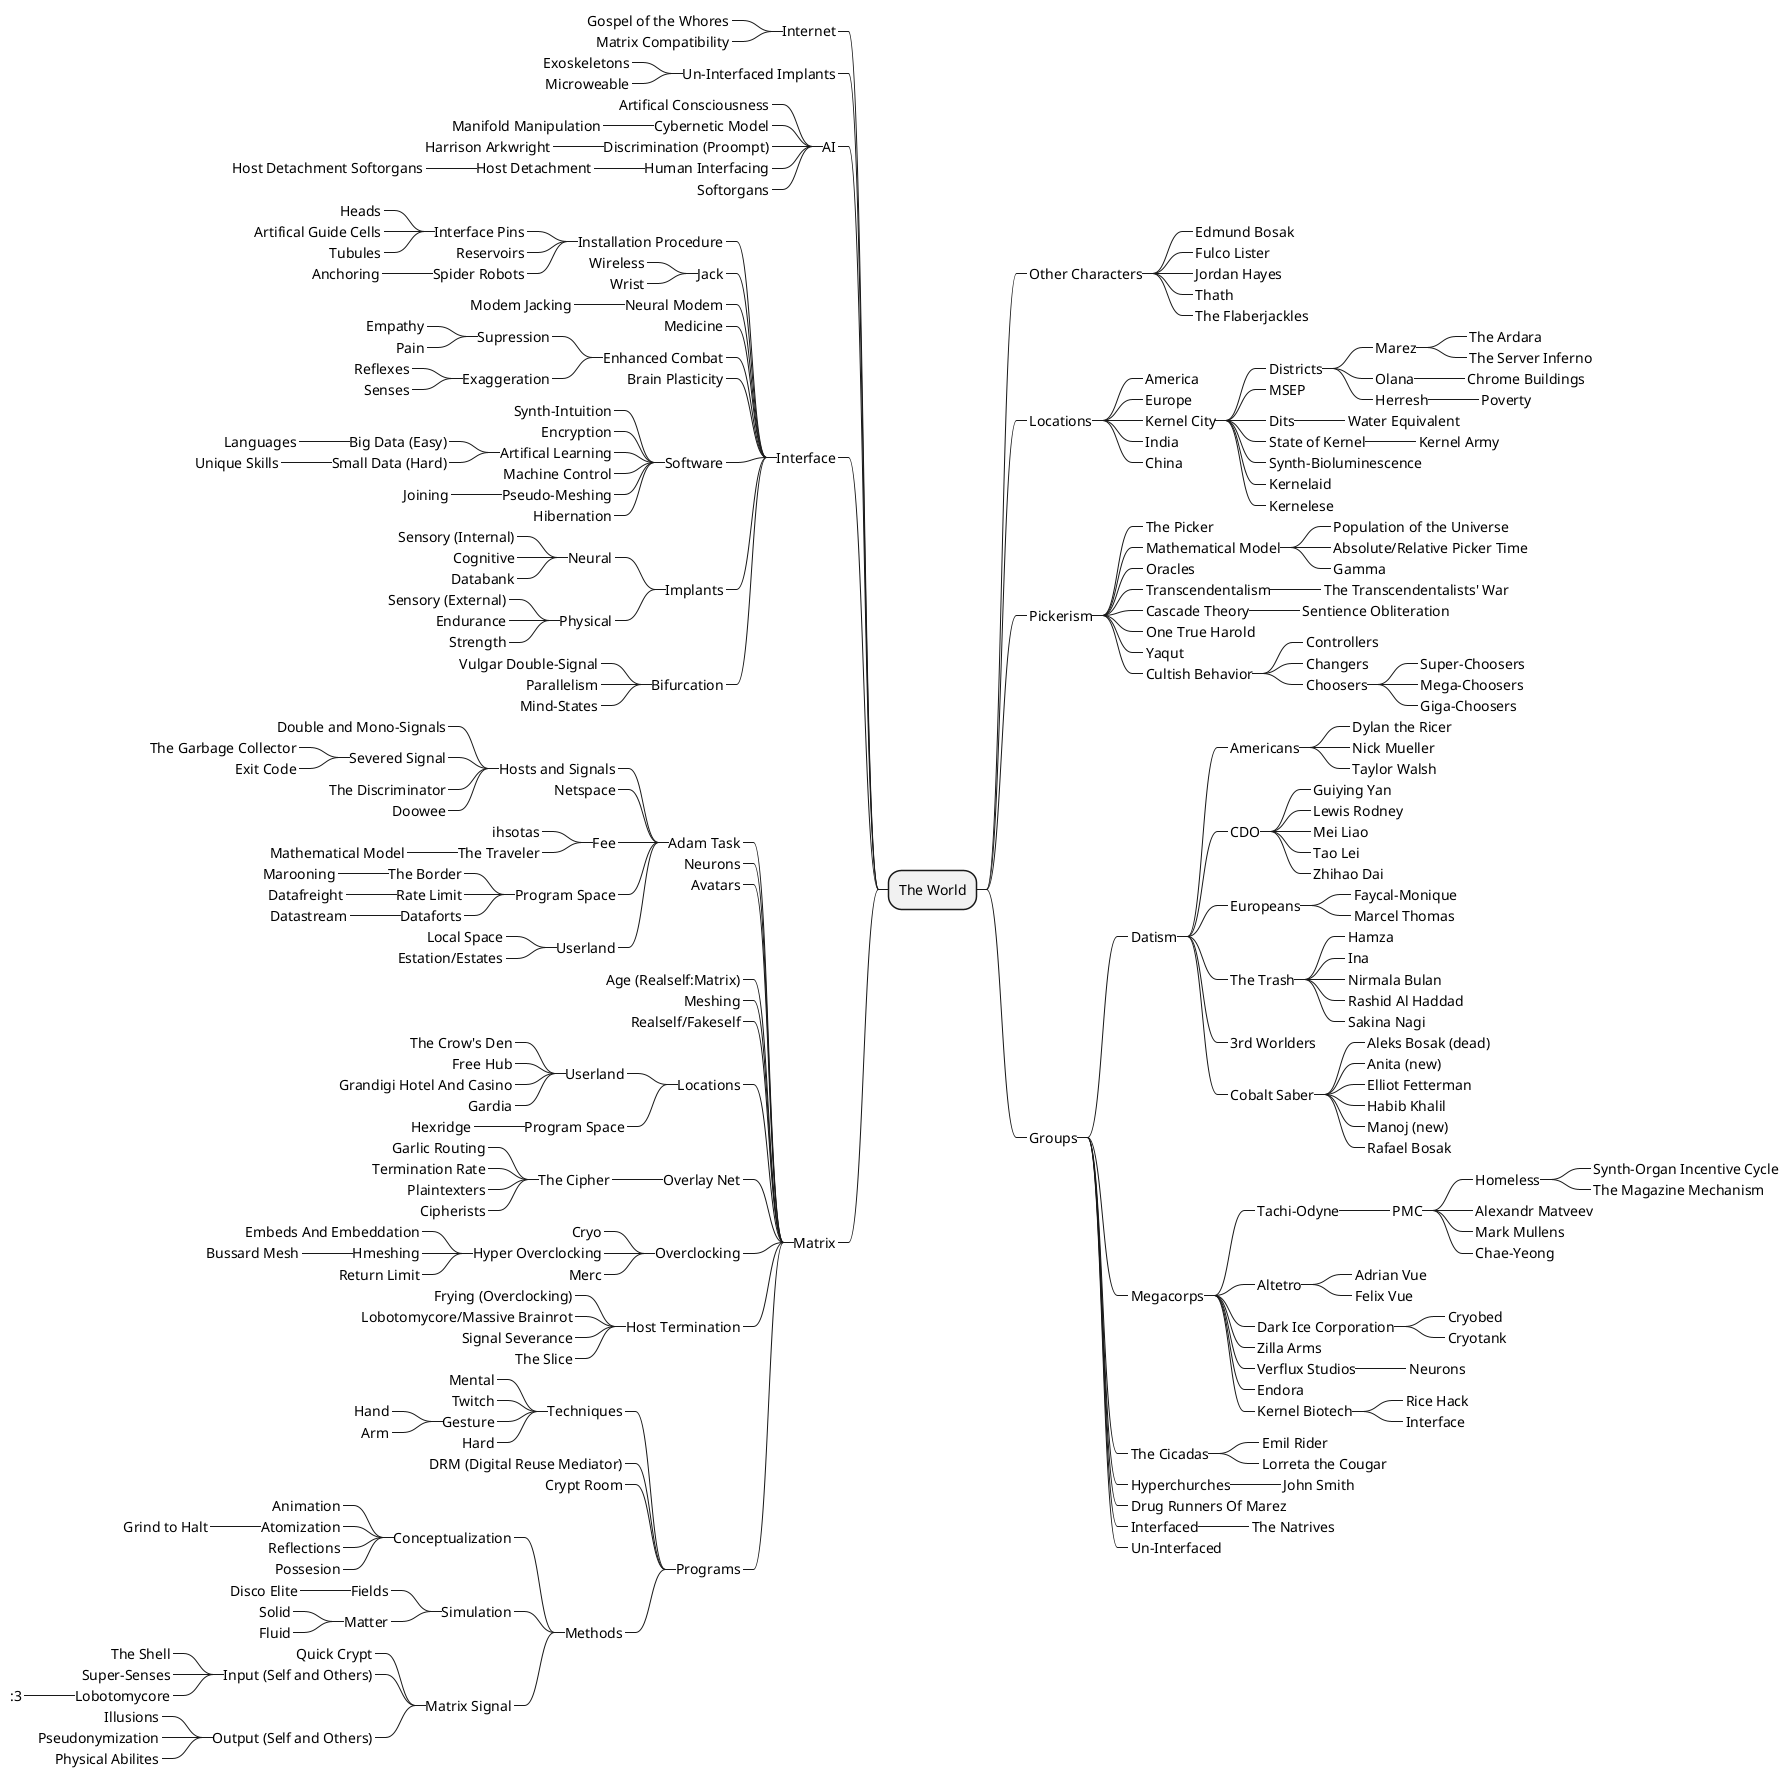
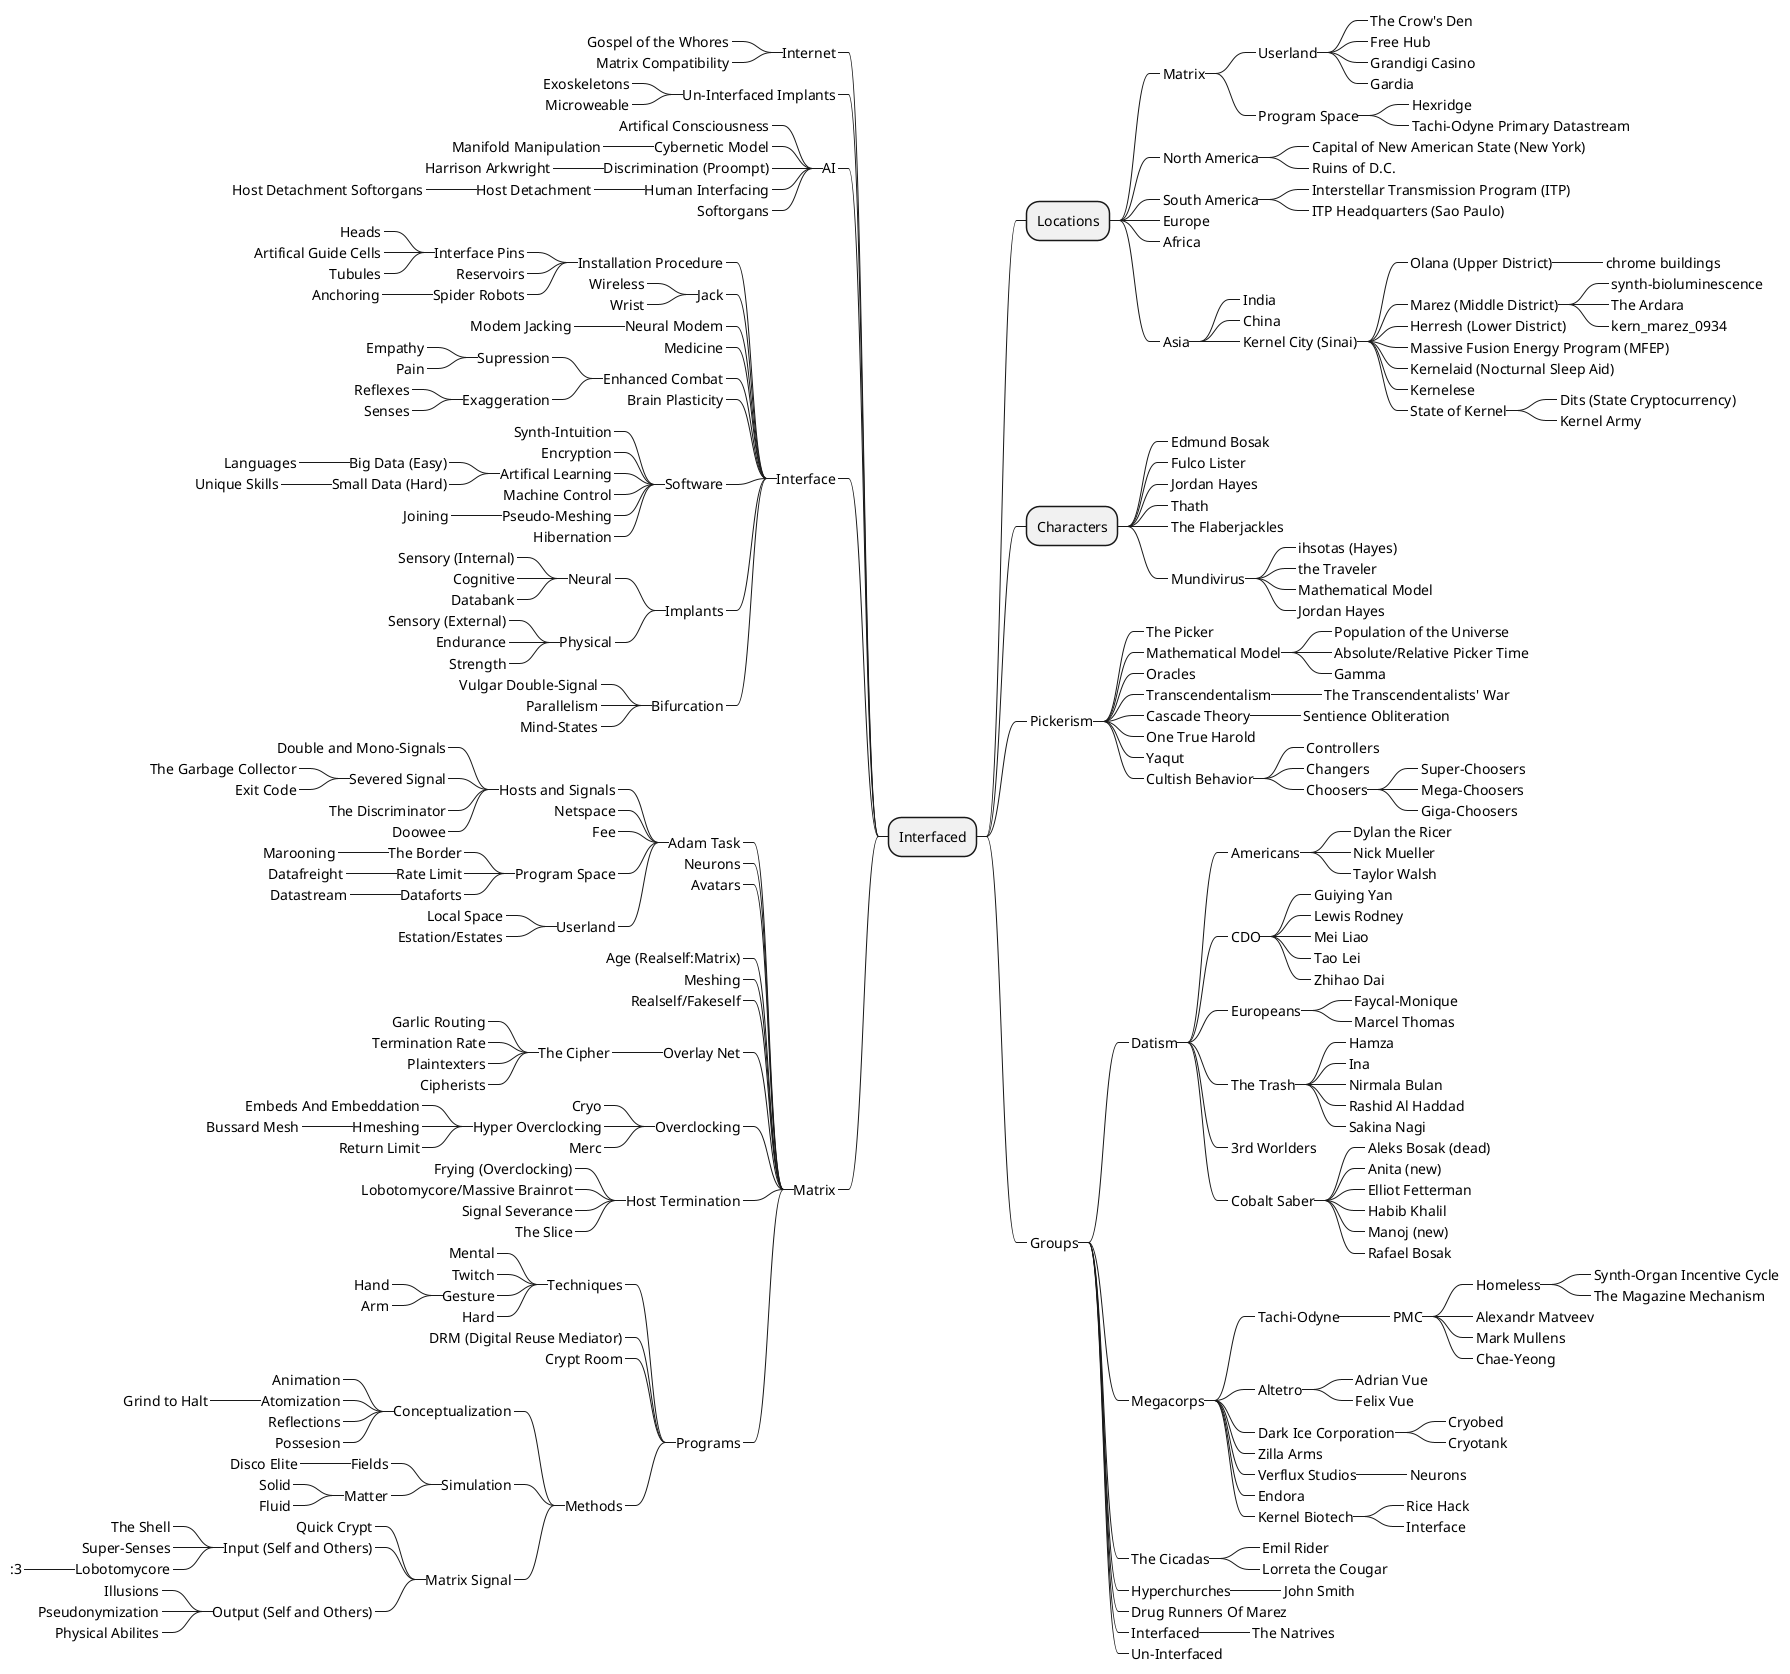
@startuml
@startmindmap Worldbuilding Map
- + The World
- ++_ Other Characters
+ + Interfaced
+ ++ Locations
+ +++_ Matrix
+ ++++_ Userland
+ +++++_ The Crow's Den
+ +++++_ Free Hub
+ +++++_ Grandigi Casino
+ +++++_ Gardia
+ ++++_ Program Space
+ +++++_ Hexridge
+ +++++_ Tachi-Odyne Primary Datastream
+ +++_ North America
+ ++++_ Capital of New American State (New York)
+ ++++_ Ruins of D.C.
+ +++_ South America
+ ++++_ Interstellar Transmission Program (ITP)
+ ++++_ ITP Headquarters (Sao Paulo)
+ +++_ Europe
+ +++_ Africa
+ +++_ Asia
+ ++++_ India
+ ++++_ China
+ ++++_ Kernel City (Sinai)
+ +++++_ Olana (Upper District)
+ ++++++_ chrome buildings
+ +++++_ Marez (Middle District)
+ ++++++_ synth-bioluminescence
+ ++++++_ The Ardara
+ ++++++_ kern_marez_0934
+ +++++_ Herresh (Lower District)
+ +++++_ Massive Fusion Energy Program (MFEP)
+ +++++_ Kernelaid (Nocturnal Sleep Aid)
+ +++++_ Kernelese
+ +++++_ State of Kernel
+ ++++++_ Dits (State Cryptocurrency)
+ ++++++_ Kernel Army
+ ++ Characters
+++_ Edmund Bosak
+++_ Fulco Lister
+++_ Jordan Hayes
+++_ Thath
+++_ The Flaberjackles
- ++_ Locations
- +++_ America
- +++_ Europe
- +++_ Kernel City
- ++++_ Districts
- +++++_ Marez
- ++++++_ The Ardara
- ++++++_ The Server Inferno
- +++++_ Olana
- ++++++_ Chrome Buildings
- +++++_ Herresh
- ++++++_ Poverty
- ++++_ MSEP
- ++++_ Dits
- +++++_ Water Equivalent
- ++++_ State of Kernel
- +++++_ Kernel Army
- ++++_ Synth-Bioluminescence
- ++++_ Kernelaid
- ++++_ Kernelese
- +++_ India
- +++_ China
+ +++_ Mundivirus
+ ++++_ ihsotas (Hayes)
+ ++++_ the Traveler
+ ++++_ Mathematical Model
+ ++++_ Jordan Hayes
++_ Pickerism
+++_ The Picker
+++_ Mathematical Model
++++_ Population of the Universe
++++_ Absolute/Relative Picker Time
++++_ Gamma
+++_ Oracles
+++_ Transcendentalism
++++_ The Transcendentalists' War
+++_ Cascade Theory
++++_ Sentience Obliteration
+++_ One True Harold
+++_ Yaqut
+++_ Cultish Behavior
++++_ Controllers
++++_ Changers
++++_ Choosers
+++++_ Super-Choosers
+++++_ Mega-Choosers
+++++_ Giga-Choosers
++_ Groups
+++_ Datism
++++_ Americans
+++++_ Dylan the Ricer
+++++_ Nick Mueller
+++++_ Taylor Walsh
++++_ CDO
+++++_ Guiying Yan
+++++_ Lewis Rodney
+++++_ Mei Liao
+++++_ Tao Lei
+++++_ Zhihao Dai
++++_ Europeans
+++++_ Faycal-Monique
+++++_ Marcel Thomas
++++_ The Trash
+++++_ Hamza
+++++_ Ina
+++++_ Nirmala Bulan
+++++_ Rashid Al Haddad
+++++_ Sakina Nagi
++++_ 3rd Worlders
++++_ Cobalt Saber
+++++_ Aleks Bosak (dead)
+++++_ Anita (new)
+++++_ Elliot Fetterman
+++++_ Habib Khalil
+++++_ Manoj (new)
+++++_ Rafael Bosak
+++_ Megacorps
++++_ Tachi-Odyne
+++++_ PMC
++++++_ Homeless
+++++++_ Synth-Organ Incentive Cycle
+++++++_ The Magazine Mechanism
++++++_ Alexandr Matveev
++++++_ Mark Mullens
++++++_ Chae-Yeong
++++_ Altetro
+++++_ Adrian Vue
+++++_ Felix Vue
++++_ Dark Ice Corporation
+++++_ Cryobed
+++++_ Cryotank
++++_ Zilla Arms
++++_ Verflux Studios
+++++_ Neurons
++++_ Endora
++++_ Kernel Biotech
+++++_ Rice Hack
+++++_ Interface
+++_ The Cicadas
++++_ Emil Rider
++++_ Lorreta the Cougar
+++_ Hyperchurches
++++_ John Smith
+++_ Drug Runners Of Marez
+++_ Interfaced
++++_ The Natrives
+++_ Un-Interfaced
--_ Internet
---_ Gospel of the Whores
---_ Matrix Compatibility
--_ Un-Interfaced Implants
---_ Exoskeletons
---_ Microweable
--_ AI
---_ Artifical Consciousness
---_ Cybernetic Model
----_ Manifold Manipulation
---_ Discrimination (Proompt)
----_ Harrison Arkwright
---_ Human Interfacing
----_ Host Detachment
-----_ Host Detachment Softorgans
---_ Softorgans
--_ Interface
---_ Installation Procedure
----_ Interface Pins
-----_ Heads
-----_ Artifical Guide Cells
-----_ Tubules
----_ Reservoirs
----_ Spider Robots
-----_ Anchoring
---_ Jack
----_ Wireless
----_ Wrist
---_ Neural Modem
----_ Modem Jacking
---_ Medicine
---_ Enhanced Combat
----_ Supression
-----_ Empathy
-----_ Pain
----_ Exaggeration
-----_ Reflexes
-----_ Senses
---_ Brain Plasticity
---_ Software
----_ Synth-Intuition
----_ Encryption
----_ Artifical Learning
-----_ Big Data (Easy)
------_ Languages
-----_ Small Data (Hard)
------_ Unique Skills
----_ Machine Control
----_ Pseudo-Meshing
-----_ Joining
----_ Hibernation
---_ Implants
----_ Neural
-----_ Sensory (Internal)
-----_ Cognitive
-----_ Databank
----_ Physical
-----_ Sensory (External)
-----_ Endurance
-----_ Strength
---_ Bifurcation
----_ Vulgar Double-Signal
----_ Parallelism
----_ Mind-States
--_ Matrix
---_ Adam Task
----_ Hosts and Signals
-----_ Double and Mono-Signals
-----_ Severed Signal
------_ The Garbage Collector
------_ Exit Code
-----_ The Discriminator
-----_ Doowee
----_ Netspace
----_ Fee
- -----_ ihsotas
- -----_ The Traveler
- ------_ Mathematical Model
----_ Program Space
-----_ The Border
------_ Marooning
-----_ Rate Limit
------_ Datafreight
-----_ Dataforts
------_ Datastream
----_ Userland
-----_ Local Space
-----_ Estation/Estates
---_ Neurons
---_ Avatars
---_ Age (Realself:Matrix)
---_ Meshing
---_ Realself/Fakeself
- ---_ Locations
- ----_ Userland
- -----_ The Crow's Den
- -----_ Free Hub
- -----_ Grandigi Hotel And Casino
- -----_ Gardia
- ----_ Program Space
- -----_ Hexridge
---_ Overlay Net
----_ The Cipher
-----_ Garlic Routing
-----_ Termination Rate
-----_ Plaintexters
-----_ Cipherists
---_ Overclocking
----_ Cryo
----_ Hyper Overclocking
-----_ Embeds And Embeddation
-----_ Hmeshing
------_ Bussard Mesh
-----_ Return Limit
----_ Merc
---_ Host Termination
----_ Frying (Overclocking)
----_ Lobotomycore/Massive Brainrot
----_ Signal Severance
----_ The Slice
---_ Programs
----_ Techniques
-----_ Mental
-----_ Twitch
-----_ Gesture
------_ Hand
------_ Arm
-----_ Hard
----_ DRM (Digital Reuse Mediator)
----_ Crypt Room
----_ Methods
-----_ Conceptualization
------_ Animation
------_ Atomization
-------_ Grind to Halt
------_ Reflections
------_ Possesion
-----_ Simulation
------_ Fields
-------_ Disco Elite
------_ Matter
-------_ Solid
-------_ Fluid
-----_ Matrix Signal
------_ Quick Crypt
------_ Input (Self and Others)
-------_ The Shell
-------_ Super-Senses
-------_ Lobotomycore
--------_ :3
------_ Output (Self and Others)
-------_ Illusions
-------_ Pseudonymization
-------_ Physical Abilites
@endmindmap
@enduml



